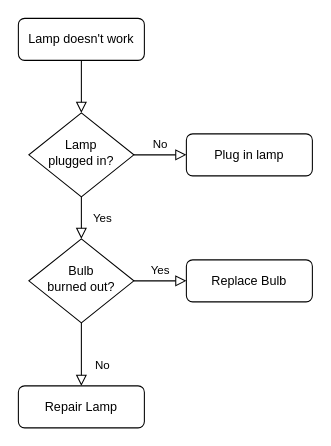
Before: 流程图-基本流程图.drawio in TIAmo1208/CPP_init_project, a draw.io diagram. Source tidied: cells renumbered, new cells numbered last; positions are measured from the earlier drawing's top-left corner, leaving out a move shared by most shapes. Both pictures are drawn from the tidied source at 105%, with x=0, y=0 at pixel (18, 18).
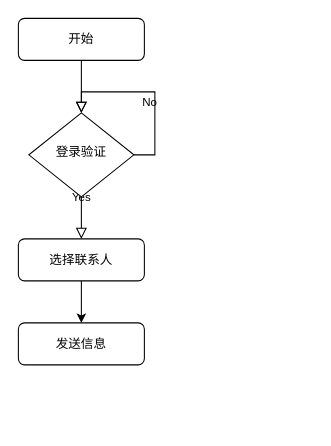
Above is the later version.

Commit message:
更新流程图-基本流程图.drawio

What changed in the source:
```diff
@@
 <mxGraphModel>
   <root>
     <mxCell id="0" />
     <mxCell id="1" parent="0" />
     <mxCell id="2" style="rounded=0;html=1;jettySize=auto;fontSize=11;endArrow=block;endFill=0;endSize=8;strokeWidth=1;shadow=0;labelBackgroundColor=none;edgeStyle=orthogonalEdgeStyle;" parent="1" edge="1" source="3" target="6">
       <mxGeometry relative="1" as="geometry" />
     </mxCell>
-    <mxCell id="3" value="Lamp doesn't work" style="rounded=1;whiteSpace=wrap;html=1;fontSize=12;glass=0;strokeWidth=1;shadow=0;" parent="1" vertex="1">
+    <mxCell id="3" value="开始" style="rounded=1;whiteSpace=wrap;html=1;fontSize=12;glass=0;strokeWidth=1;shadow=0;" parent="1" vertex="1">
       <mxGeometry width="120" height="40" as="geometry" />
     </mxCell>
-    <mxCell id="4" value="Yes" style="rounded=0;html=1;jettySize=auto;fontSize=11;endArrow=block;endFill=0;endSize=8;strokeWidth=1;shadow=0;labelBackgroundColor=none;edgeStyle=orthogonalEdgeStyle;" parent="1" edge="1" source="6" target="10">
-      <mxGeometry y="20" relative="1" as="geometry" />
+    <mxCell id="4" value="Yes" style="rounded=0;html=1;jettySize=auto;fontSize=11;endArrow=block;endFill=0;endSize=8;strokeWidth=1;shadow=0;labelBackgroundColor=none;edgeStyle=orthogonalEdgeStyle;" parent="1" edge="1" source="6">
+      <mxGeometry y="20" relative="1" as="geometry">
+        <mxPoint x="60" y="210" as="targetPoint" />
+      </mxGeometry>
     </mxCell>
-    <mxCell id="5" value="No" style="edgeStyle=orthogonalEdgeStyle;rounded=0;html=1;jettySize=auto;fontSize=11;endArrow=block;endFill=0;endSize=8;strokeWidth=1;shadow=0;labelBackgroundColor=none;" parent="1" edge="1" source="6" target="7">
-      <mxGeometry y="10" relative="1" as="geometry" />
+    <mxCell id="5" value="No" style="edgeStyle=orthogonalEdgeStyle;rounded=0;html=1;jettySize=auto;orthogonalLoop=1;fontSize=11;endArrow=block;endFill=0;endSize=8;strokeWidth=1;shadow=0;labelBackgroundColor=none;entryX=0.5;entryY=0;entryDx=0;entryDy=0;exitX=1;exitY=0.5;exitDx=0;exitDy=0;exitPerimeter=0;" parent="1" edge="1" source="6" target="6">
+      <mxGeometry y="10" relative="1" as="geometry">
+        <Array as="points">
+          <mxPoint x="130" y="130" />
+          <mxPoint x="130" y="70" />
+          <mxPoint x="60" y="70" />
+        </Array>
+      </mxGeometry>
     </mxCell>
-    <mxCell id="6" value="Lamp&lt;br&gt;plugged in?" style="rhombus;whiteSpace=wrap;html=1;shadow=0;fontFamily=Helvetica;fontSize=12;align=center;strokeWidth=1;spacing=6;spacingTop=-4;" parent="1" vertex="1">
+    <mxCell id="6" value="登录验证" style="rhombus;whiteSpace=wrap;html=1;shadow=0;fontFamily=Helvetica;fontSize=12;align=center;strokeWidth=1;spacing=6;spacingTop=-4;" parent="1" vertex="1">
       <mxGeometry x="10" y="90" width="100" height="80" as="geometry" />
     </mxCell>
-    <mxCell id="7" value="Plug in lamp" style="rounded=1;whiteSpace=wrap;html=1;fontSize=12;glass=0;strokeWidth=1;shadow=0;" parent="1" vertex="1">
-      <mxGeometry x="160" y="110" width="120" height="40" as="geometry" />
-    </mxCell>
-    <mxCell id="8" value="No" style="rounded=0;html=1;jettySize=auto;fontSize=11;endArrow=block;endFill=0;endSize=8;strokeWidth=1;shadow=0;labelBackgroundColor=none;edgeStyle=orthogonalEdgeStyle;" parent="1" edge="1" source="10" target="11">
-      <mxGeometry x="0.33" y="20" relative="1" as="geometry" />
-    </mxCell>
-    <mxCell id="9" value="Yes" style="edgeStyle=orthogonalEdgeStyle;rounded=0;html=1;jettySize=auto;fontSize=11;endArrow=block;endFill=0;endSize=8;strokeWidth=1;shadow=0;labelBackgroundColor=none;" parent="1" edge="1" source="10" target="12">
-      <mxGeometry y="10" relative="1" as="geometry" />
-    </mxCell>
-    <mxCell id="10" value="Bulb&lt;br&gt;burned out?" style="rhombus;whiteSpace=wrap;html=1;shadow=0;fontFamily=Helvetica;fontSize=12;align=center;strokeWidth=1;spacing=6;spacingTop=-4;" parent="1" vertex="1">
-      <mxGeometry x="10" y="210" width="100" height="80" as="geometry" />
-    </mxCell>
-    <mxCell id="11" value="Repair Lamp" style="rounded=1;whiteSpace=wrap;html=1;fontSize=12;glass=0;strokeWidth=1;shadow=0;" parent="1" vertex="1">
-      <mxGeometry y="350" width="120" height="40" as="geometry" />
+    <mxCell id="11" value="发送信息" style="rounded=1;whiteSpace=wrap;html=1;fontSize=12;glass=0;strokeWidth=1;shadow=0;" parent="1" vertex="1">
+      <mxGeometry y="290" width="120" height="40" as="geometry" />
     </mxCell>
+    <mxCell id="13" style="edgeStyle=orthogonalEdgeStyle;rounded=0;jettySize=auto;html=1;" parent="1" edge="1" source="12" target="11">
+      <mxGeometry relative="1" as="geometry" />
+    </mxCell>
-    <mxCell id="12" value="Replace Bulb" style="rounded=1;whiteSpace=wrap;html=1;fontSize=12;glass=0;strokeWidth=1;shadow=0;" parent="1" vertex="1">
-      <mxGeometry x="160" y="230" width="120" height="40" as="geometry" />
+    <mxCell id="12" value="选择联系人" style="rounded=1;whiteSpace=wrap;html=1;fontSize=12;glass=0;strokeWidth=1;shadow=0;" parent="1" vertex="1">
+      <mxGeometry y="210" width="120" height="40" as="geometry" />
     </mxCell>
   </root>
 </mxGraphModel>
```
